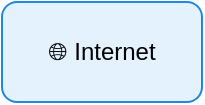
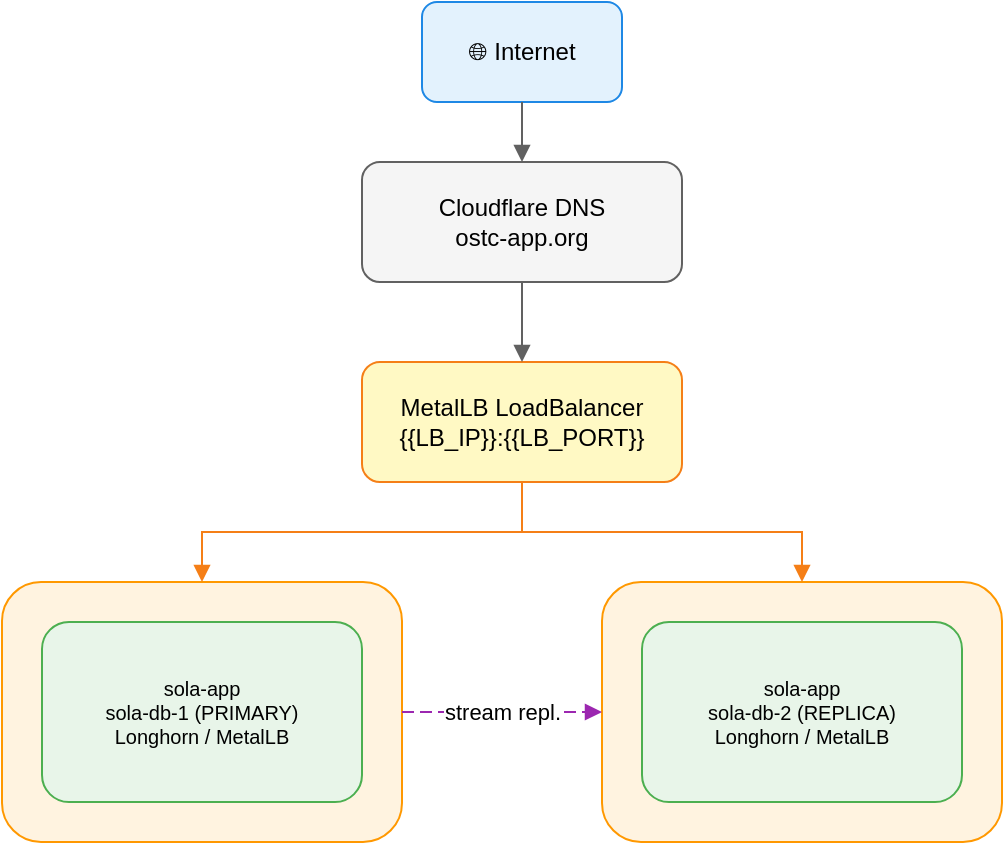
<?xml version="1.0" encoding="UTF-8"?>
<mxfile host="app.diagrams.net" agent="Hermes Agent" version="24.2.5">
  <diagram name="k3s-arhitektura" id="diagram-k3s-arhitektura.drawio">
    <mxGraphModel dx="1000" dy="600" grid="1" gridSize="10" guides="1" tooltips="1" connect="1" arrows="1" fold="1" page="1" pageScale="1" pageWidth="827" pageHeight="1169" math="0" shadow="0">
      <root>
        <mxCell id="0" />
        <mxCell id="1" parent="0" />
        <mxCell id="d5-2" value="🌐 Internet" style="rounded=1;whiteSpace=wrap;html=1;fillColor=#E3F2FD;strokeColor=#1E88E5;fontSize=12;" vertex="1" parent="1">
          <mxGeometry x="250" y="10" width="100" height="50" as="geometry" />
        </mxCell>
-         <mxCell id="d5-3" value="Cloudflare DNS<br>ostc-app.org" style="rounded=1;whiteSpace=wrap;html=1;fillColor=#F5F5F5;strokeColor=#616161;fontSize=12;" vertex="1" parent="1">
+         <mxCell id="d5-3" value="Cloudflare DNS&#xa;ostc-app.org" style="rounded=1;whiteSpace=wrap;html=1;fillColor=#F5F5F5;strokeColor=#616161;fontSize=12;" vertex="1" parent="1">
          <mxGeometry x="220" y="90" width="160" height="60" as="geometry" />
        </mxCell>
-         <mxCell id="d5-4" value="MetalLB LoadBalancer<br>{{LB_IP}}:{{LB_PORT}}" style="rounded=1;whiteSpace=wrap;html=1;fillColor=#FFF9C4;strokeColor=#F57F17;fontSize=12;" vertex="1" parent="1">
+         <mxCell id="d5-4" value="MetalLB LoadBalancer&#xa;{{LB_IP}}:{{LB_PORT}}" style="rounded=1;whiteSpace=wrap;html=1;fillColor=#FFF9C4;strokeColor=#F57F17;fontSize=12;" vertex="1" parent="1">
          <mxGeometry x="220" y="190" width="160" height="60" as="geometry" />
        </mxCell>
-         <mxCell id="d5-5" value="k3s-1 (cp, etcd)<br>{{K3S_1_IP}}" style="rounded=1;whiteSpace=wrap;html=1;fillColor=#FFF3E0;strokeColor=#FF9800;fontSize=11;" vertex="1" parent="1">
+         <mxCell id="d5-5" value="k3s-1 (cp, etcd)&#xa;{{K3S_1_IP}}" style="rounded=1;whiteSpace=wrap;html=1;fillColor=#FFF3E0;strokeColor=#FF9800;fontSize=11;" vertex="1" parent="1">
          <mxGeometry x="40" y="300" width="200" height="130" as="geometry" />
        </mxCell>
-         <mxCell id="d5-6" value="k3s-2 (cp, etcd)<br>{{K3S_2_IP}}" style="rounded=1;whiteSpace=wrap;html=1;fillColor=#FFF3E0;strokeColor=#FF9800;fontSize=11;" vertex="1" parent="1">
+         <mxCell id="d5-6" value="k3s-2 (cp, etcd)&#xa;{{K3S_2_IP}}" style="rounded=1;whiteSpace=wrap;html=1;fillColor=#FFF3E0;strokeColor=#FF9800;fontSize=11;" vertex="1" parent="1">
          <mxGeometry x="340" y="300" width="200" height="130" as="geometry" />
        </mxCell>
-         <mxCell id="d5-7" value="sola-app<br>sola-db-1 (PRIMARY)<br>Longhorn / MetalLB" style="rounded=1;whiteSpace=wrap;html=1;fillColor=#E8F5E9;strokeColor=#4CAF50;fontSize=10;" vertex="1" parent="1">
+         <mxCell id="d5-7" value="sola-app&#xa;sola-db-1 (PRIMARY)&#xa;Longhorn / MetalLB" style="rounded=1;whiteSpace=wrap;html=1;fillColor=#E8F5E9;strokeColor=#4CAF50;fontSize=10;" vertex="1" parent="1">
          <mxGeometry x="60" y="320" width="160" height="90" as="geometry" />
        </mxCell>
-         <mxCell id="d5-8" value="sola-app<br>sola-db-2 (REPLICA)<br>Longhorn / MetalLB" style="rounded=1;whiteSpace=wrap;html=1;fillColor=#E8F5E9;strokeColor=#4CAF50;fontSize=10;" vertex="1" parent="1">
+         <mxCell id="d5-8" value="sola-app&#xa;sola-db-2 (REPLICA)&#xa;Longhorn / MetalLB" style="rounded=1;whiteSpace=wrap;html=1;fillColor=#E8F5E9;strokeColor=#4CAF50;fontSize=10;" vertex="1" parent="1">
          <mxGeometry x="360" y="320" width="160" height="90" as="geometry" />
        </mxCell>
        <mxCell id="d5-9" style="edgeStyle=orthogonalEdgeStyle;rounded=0;orthogonalLoop=1;jettySize=auto;html=1;endArrow=block;strokeColor=#616161;" edge="1" parent="1" source="d5-2" target="d5-3">
          <mxGeometry relative="1" as="geometry" />
        </mxCell>
        <mxCell id="d5-10" style="edgeStyle=orthogonalEdgeStyle;rounded=0;orthogonalLoop=1;jettySize=auto;html=1;endArrow=block;strokeColor=#616161;" edge="1" parent="1" source="d5-3" target="d5-4">
          <mxGeometry relative="1" as="geometry" />
        </mxCell>
        <mxCell id="d5-11" style="edgeStyle=orthogonalEdgeStyle;rounded=0;orthogonalLoop=1;jettySize=auto;html=1;endArrow=block;strokeColor=#F57F17;" edge="1" parent="1" source="d5-4" target="d5-5">
          <mxGeometry relative="1" as="geometry" />
        </mxCell>
        <mxCell id="d5-12" style="edgeStyle=orthogonalEdgeStyle;rounded=0;orthogonalLoop=1;jettySize=auto;html=1;endArrow=block;strokeColor=#F57F17;" edge="1" parent="1" source="d5-4" target="d5-6">
          <mxGeometry relative="1" as="geometry" />
        </mxCell>
        <mxCell id="d5-13" value="stream repl." style="edgeStyle=orthogonalEdgeStyle;rounded=0;orthogonalLoop=1;jettySize=auto;html=1;endArrow=block;dashed=1;dashPattern=6 3;strokeColor=#9C27B0;fontSize=11;" edge="1" parent="1" source="d5-5" target="d5-6">
          <mxGeometry relative="1" as="geometry">
            <mxPoint as="offset" />
          </mxGeometry>
        </mxCell>
      </root>
    </mxGraphModel>
  </diagram>
</mxfile>